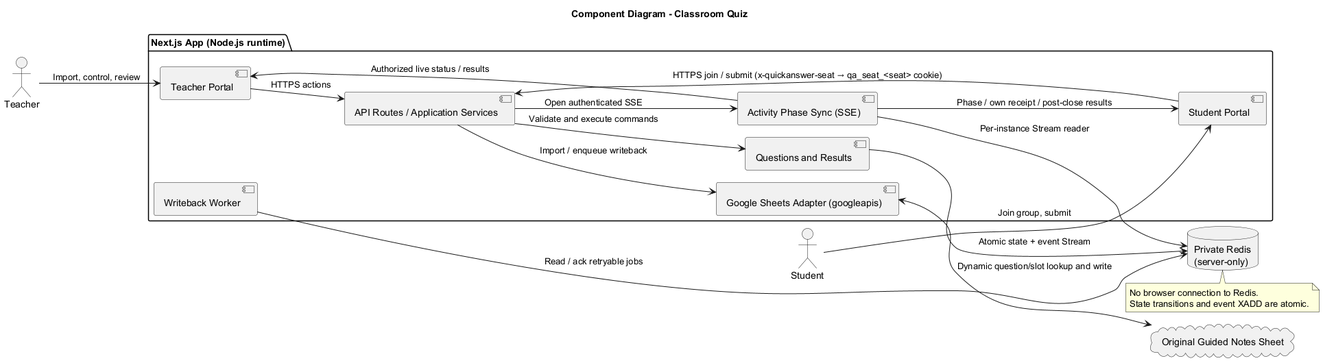
The PlantUML diagram main/diagrams/component.png in Chunshan-Theta/2026-SW-quickanswer, before a commit.
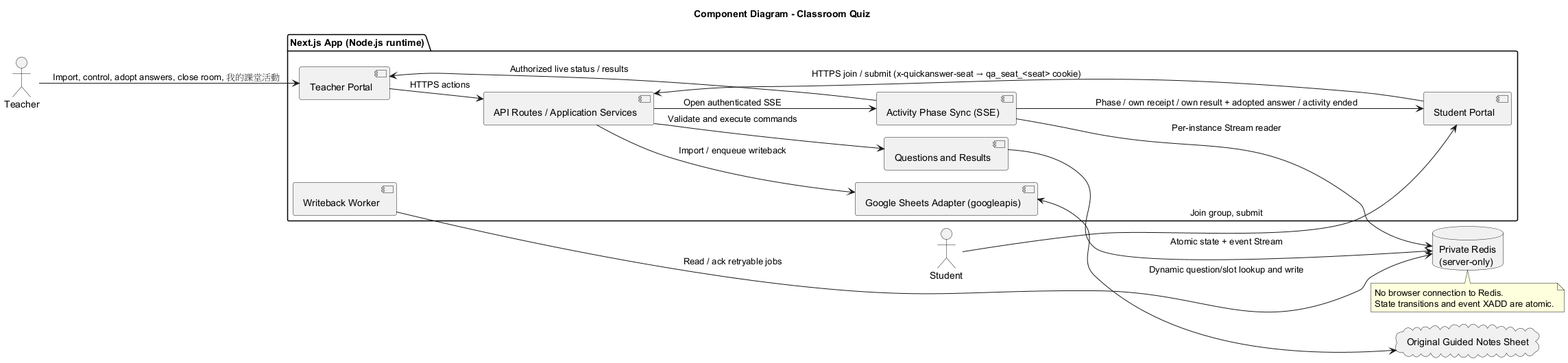
The same file after the commit.

Commit message:
docs: update the shared diagrams for adopted answers and closing a room

What changed in the source:
```diff
@@ -19,7 +19,7 @@
 database "Private Redis\n(server-only)" as ActivityData
 cloud "Original Guided Notes Sheet" as GuidedNotes
 
-Teacher --> TeacherClient : Import, control, review
+Teacher --> TeacherClient : Import, control, adopt answers, close room, 我的課堂活動
 Student --> StudentClient : Join group, submit
 TeacherClient --> AppAPI : HTTPS actions
 StudentClient --> AppAPI : HTTPS join / submit (x-quickanswer-seat → qa_seat_<seat> cookie)
@@ -31,7 +31,7 @@
 WritebackWorker --> ActivityData : Read / ack retryable jobs
 SheetsAccess <--> GuidedNotes : Dynamic question/slot lookup and write
 ActivitySync --> TeacherClient : Authorized live status / results
-ActivitySync --> StudentClient : Phase / own receipt / post-close results
+ActivitySync --> StudentClient : Phase / own receipt / own result + adopted answer / activity ended
 
 note bottom of ActivityData
 	No browser connection to Redis.
```
